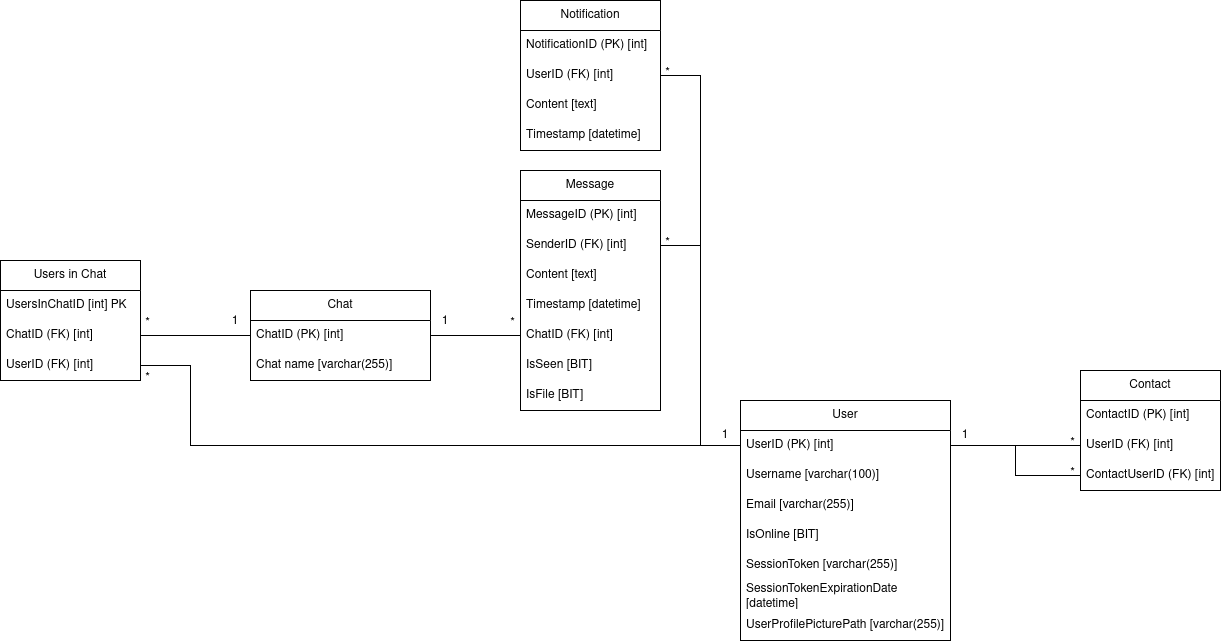
Above: Images/Database_Schema.png in Serbina-Dumitru/TestDatabase (draw.io), before the change. Source tidied: cells renumbered, new cells last; positions are measured from the earlier drawing's top-left corner, leaving out a move shared by most shapes. The source it was exported from:
```xml
<mxGraphModel>
  <root>
    <mxCell id="0" />
    <mxCell id="1" parent="0" />
    <mxCell id="2" value="Message" style="swimlane;fontStyle=0;horizontal=1;startSize=30;whiteSpace=wrap;html=1;fillColor=none;" parent="1" vertex="1">
      <mxGeometry x="520" y="170" width="140" height="240" as="geometry" />
    </mxCell>
    <mxCell id="3" value="MessageID (PK) [int]" style="text;strokeColor=none;fillColor=none;align=left;verticalAlign=middle;spacingLeft=4;spacingRight=4;overflow=hidden;whiteSpace=wrap;html=1;" parent="2" vertex="1">
      <mxGeometry y="30" width="140" height="30" as="geometry" />
    </mxCell>
    <mxCell id="4" value="SenderID (FK) [int]" style="text;strokeColor=none;fillColor=none;align=left;verticalAlign=middle;spacingLeft=4;spacingRight=4;overflow=hidden;points=[[0,0.5],[1,0.5]];portConstraint=eastwest;whiteSpace=wrap;html=1;" parent="2" vertex="1">
      <mxGeometry y="60" width="140" height="30" as="geometry" />
    </mxCell>
    <mxCell id="5" value="Content [text]" style="text;strokeColor=none;fillColor=none;align=left;verticalAlign=middle;spacingLeft=4;spacingRight=4;overflow=hidden;whiteSpace=wrap;html=1;" parent="2" vertex="1">
      <mxGeometry y="90" width="140" height="30" as="geometry" />
    </mxCell>
    <mxCell id="6" value="Timestamp [datetime]" style="text;strokeColor=none;fillColor=none;align=left;verticalAlign=middle;spacingLeft=4;spacingRight=4;overflow=hidden;whiteSpace=wrap;html=1;" parent="2" vertex="1">
      <mxGeometry y="120" width="140" height="30" as="geometry" />
    </mxCell>
    <mxCell id="7" value="&lt;div&gt;ChatID (FK) [int]&lt;/div&gt;" style="text;strokeColor=none;fillColor=none;align=left;verticalAlign=middle;spacingLeft=4;spacingRight=4;overflow=hidden;points=[[0,0.5],[1,0.5]];portConstraint=eastwest;whiteSpace=wrap;html=1;" parent="2" vertex="1">
      <mxGeometry y="150" width="140" height="30" as="geometry" />
    </mxCell>
    <mxCell id="8" value="IsSeen [BIT]" style="text;strokeColor=none;fillColor=none;align=left;verticalAlign=middle;spacingLeft=4;spacingRight=4;overflow=hidden;whiteSpace=wrap;html=1;" parent="2" vertex="1">
      <mxGeometry y="180" width="140" height="30" as="geometry" />
    </mxCell>
    <mxCell id="9" value="IsFile [BIT]" style="text;strokeColor=none;fillColor=none;align=left;verticalAlign=middle;spacingLeft=4;spacingRight=4;overflow=hidden;whiteSpace=wrap;html=1;" parent="2" vertex="1">
      <mxGeometry y="210" width="140" height="30" as="geometry" />
    </mxCell>
    <mxCell id="10" value="User" style="swimlane;fontStyle=0;horizontal=1;startSize=30;whiteSpace=wrap;html=1;fillColor=none;" parent="1" vertex="1">
      <mxGeometry x="740" y="400" width="210" height="240" as="geometry" />
    </mxCell>
    <mxCell id="11" value="UserID (PK) [int]" style="text;strokeColor=none;fillColor=none;align=left;verticalAlign=middle;spacingLeft=4;spacingRight=4;overflow=hidden;points=[[0,0.5],[1,0.5]];portConstraint=eastwest;whiteSpace=wrap;html=1;" parent="10" vertex="1">
      <mxGeometry y="30" width="210" height="30" as="geometry" />
    </mxCell>
    <mxCell id="12" value="Username [varchar(100)]" style="text;strokeColor=none;fillColor=none;align=left;verticalAlign=middle;spacingLeft=4;spacingRight=4;overflow=hidden;whiteSpace=wrap;html=1;" parent="10" vertex="1">
      <mxGeometry y="60" width="210" height="30" as="geometry" />
    </mxCell>
    <mxCell id="13" value="Email [varchar(255)]" style="text;strokeColor=none;fillColor=none;align=left;verticalAlign=middle;spacingLeft=4;spacingRight=4;overflow=hidden;whiteSpace=wrap;html=1;" parent="10" vertex="1">
      <mxGeometry y="90" width="210" height="30" as="geometry" />
    </mxCell>
    <mxCell id="14" value="&lt;div&gt;IsOnline [BIT]&lt;/div&gt;" style="text;strokeColor=none;fillColor=none;align=left;verticalAlign=middle;spacingLeft=4;spacingRight=4;overflow=hidden;whiteSpace=wrap;html=1;" parent="10" vertex="1">
      <mxGeometry y="120" width="210" height="30" as="geometry" />
    </mxCell>
    <mxCell id="15" value="&lt;div&gt;SessionToken [varchar(255)]&lt;/div&gt;" style="text;strokeColor=none;fillColor=none;align=left;verticalAlign=middle;spacingLeft=4;spacingRight=4;overflow=hidden;whiteSpace=wrap;html=1;" parent="10" vertex="1">
      <mxGeometry y="150" width="210" height="30" as="geometry" />
    </mxCell>
    <mxCell id="16" value="&lt;div&gt;SessionTokenExpirationDate [datetime]&lt;/div&gt;" style="text;strokeColor=none;fillColor=none;align=left;verticalAlign=middle;spacingLeft=4;spacingRight=4;overflow=hidden;whiteSpace=wrap;html=1;" parent="10" vertex="1">
      <mxGeometry y="180" width="210" height="30" as="geometry" />
    </mxCell>
    <mxCell id="17" value="UserProfilePicturePath [varchar(255)]" style="text;strokeColor=none;fillColor=none;align=left;verticalAlign=middle;spacingLeft=4;spacingRight=4;overflow=hidden;whiteSpace=wrap;html=1;" parent="10" vertex="1">
      <mxGeometry y="210" width="210" height="30" as="geometry" />
    </mxCell>
    <mxCell id="18" value="Notification" style="swimlane;fontStyle=0;horizontal=1;startSize=30;whiteSpace=wrap;html=1;fillColor=none;" parent="1" vertex="1">
      <mxGeometry x="520" width="140" height="150" as="geometry" />
    </mxCell>
    <mxCell id="19" value="NotificationID (PK) [int]" style="text;strokeColor=none;fillColor=none;align=left;verticalAlign=middle;spacingLeft=4;spacingRight=4;overflow=hidden;whiteSpace=wrap;html=1;" parent="18" vertex="1">
      <mxGeometry y="30" width="140" height="30" as="geometry" />
    </mxCell>
    <mxCell id="20" value="UserID (FK) [int]" style="text;strokeColor=none;fillColor=none;align=left;verticalAlign=middle;spacingLeft=4;spacingRight=4;overflow=hidden;points=[[0,0.5],[1,0.5]];portConstraint=eastwest;whiteSpace=wrap;html=1;" parent="18" vertex="1">
      <mxGeometry y="60" width="140" height="30" as="geometry" />
    </mxCell>
    <mxCell id="21" value="Content [text]" style="text;strokeColor=none;fillColor=none;align=left;verticalAlign=middle;spacingLeft=4;spacingRight=4;overflow=hidden;whiteSpace=wrap;html=1;" parent="18" vertex="1">
      <mxGeometry y="90" width="140" height="30" as="geometry" />
    </mxCell>
    <mxCell id="22" value="Timestamp [datetime]" style="text;strokeColor=none;fillColor=none;align=left;verticalAlign=middle;spacingLeft=4;spacingRight=4;overflow=hidden;whiteSpace=wrap;html=1;" parent="18" vertex="1">
      <mxGeometry y="120" width="140" height="30" as="geometry" />
    </mxCell>
    <mxCell id="23" value="Contact" style="swimlane;fontStyle=0;horizontal=1;startSize=30;whiteSpace=wrap;html=1;fillColor=none;" parent="1" vertex="1">
      <mxGeometry x="1080" y="370" width="140" height="120" as="geometry" />
    </mxCell>
    <mxCell id="24" value="ContactID (PK) [int]" style="text;strokeColor=none;fillColor=none;align=left;verticalAlign=middle;spacingLeft=4;spacingRight=4;overflow=hidden;whiteSpace=wrap;html=1;" parent="23" vertex="1">
      <mxGeometry y="30" width="140" height="30" as="geometry" />
    </mxCell>
    <mxCell id="25" value="UserID (FK) [int]" style="text;strokeColor=none;fillColor=none;align=left;verticalAlign=middle;spacingLeft=4;spacingRight=4;overflow=hidden;points=[[0,0.5],[1,0.5]];portConstraint=eastwest;whiteSpace=wrap;html=1;" parent="23" vertex="1">
      <mxGeometry y="60" width="140" height="30" as="geometry" />
    </mxCell>
    <mxCell id="26" value="ContactUserID (FK) [int]" style="text;strokeColor=none;fillColor=none;align=left;verticalAlign=middle;spacingLeft=4;spacingRight=4;overflow=hidden;points=[[0,0.5],[1,0.5]];portConstraint=eastwest;whiteSpace=wrap;html=1;" parent="23" vertex="1">
      <mxGeometry y="90" width="140" height="30" as="geometry" />
    </mxCell>
    <mxCell id="27" style="edgeStyle=orthogonalEdgeStyle;rounded=0;jettySize=auto;html=1;entryX=0;entryY=0.5;entryDx=0;entryDy=0;endArrow=none;startFill=0;" parent="1" edge="1" source="28" target="7">
      <mxGeometry relative="1" as="geometry" />
    </mxCell>
    <mxCell id="28" value="Chat" style="swimlane;fontStyle=0;horizontal=1;startSize=30;whiteSpace=wrap;html=1;fillColor=none;" parent="1" vertex="1">
      <mxGeometry x="250" y="290" width="180" height="90" as="geometry" />
    </mxCell>
    <mxCell id="29" value="&lt;div&gt;ChatID (PK) [int]&lt;/div&gt;" style="text;strokeColor=none;fillColor=none;align=left;verticalAlign=middle;spacingLeft=4;spacingRight=4;overflow=hidden;points=[[0,0.5],[1,0.5]];portConstraint=eastwest;whiteSpace=wrap;html=1;" parent="28" vertex="1">
      <mxGeometry y="30" width="180" height="30" as="geometry" />
    </mxCell>
    <mxCell id="30" value="Chat name [varchar(255)]" style="text;strokeColor=none;fillColor=none;align=left;verticalAlign=middle;spacingLeft=4;spacingRight=4;overflow=hidden;whiteSpace=wrap;html=1;" parent="28" vertex="1">
      <mxGeometry y="60" width="180" height="30" as="geometry" />
    </mxCell>
    <mxCell id="31" style="edgeStyle=orthogonalEdgeStyle;rounded=0;jettySize=auto;html=1;exitX=1;exitY=0.5;exitDx=0;exitDy=0;entryX=0;entryY=0.5;entryDx=0;entryDy=0;strokeColor=default;endArrow=none;startFill=0;" parent="1" edge="1" source="4" target="11">
      <mxGeometry relative="1" as="geometry" />
    </mxCell>
    <mxCell id="32" value="1" style="text;html=1;align=center;verticalAlign=middle;whiteSpace=wrap;rounded=0;" parent="1" vertex="1">
      <mxGeometry x="720" y="430" width="10" height="10" as="geometry" />
    </mxCell>
    <mxCell id="33" value="*" style="text;html=1;align=center;verticalAlign=middle;whiteSpace=wrap;rounded=0;" parent="1" vertex="1">
      <mxGeometry x="665" y="240" width="5" height="5" as="geometry" />
    </mxCell>
    <mxCell id="34" style="edgeStyle=orthogonalEdgeStyle;rounded=0;jettySize=auto;html=1;entryX=0;entryY=0.5;entryDx=0;entryDy=0;endArrow=none;startFill=0;" parent="1" edge="1" source="20" target="11">
      <mxGeometry relative="1" as="geometry">
        <Array as="points">
          <mxPoint x="700" y="75" />
          <mxPoint x="700" y="445" />
        </Array>
      </mxGeometry>
    </mxCell>
    <mxCell id="35" value="*" style="text;html=1;align=center;verticalAlign=middle;whiteSpace=wrap;rounded=0;" parent="1" vertex="1">
      <mxGeometry x="665" y="70" width="5" height="5" as="geometry" />
    </mxCell>
    <mxCell id="36" style="edgeStyle=orthogonalEdgeStyle;rounded=0;jettySize=auto;html=1;exitX=1;exitY=0.5;exitDx=0;exitDy=0;entryX=0;entryY=0.5;entryDx=0;entryDy=0;endArrow=none;startFill=0;" parent="1" edge="1" source="11" target="25">
      <mxGeometry relative="1" as="geometry" />
    </mxCell>
    <mxCell id="37" style="edgeStyle=orthogonalEdgeStyle;rounded=0;jettySize=auto;html=1;exitX=0;exitY=0.5;exitDx=0;exitDy=0;entryX=1;entryY=0.5;entryDx=0;entryDy=0;endArrow=none;startFill=0;" parent="1" edge="1" source="26" target="11">
      <mxGeometry relative="1" as="geometry" />
    </mxCell>
    <mxCell id="38" value="1" style="text;html=1;align=center;verticalAlign=middle;whiteSpace=wrap;rounded=0;" parent="1" vertex="1">
      <mxGeometry x="960" y="430" width="10" height="10" as="geometry" />
    </mxCell>
    <mxCell id="39" value="*" style="text;html=1;align=center;verticalAlign=middle;whiteSpace=wrap;rounded=0;" parent="1" vertex="1">
      <mxGeometry x="1070" y="470" width="5" height="5" as="geometry" />
    </mxCell>
    <mxCell id="40" value="*" style="text;html=1;align=center;verticalAlign=middle;whiteSpace=wrap;rounded=0;" parent="1" vertex="1">
      <mxGeometry x="1070" y="440" width="5" height="5" as="geometry" />
    </mxCell>
    <mxCell id="41" value="Users in Chat" style="swimlane;fontStyle=0;horizontal=1;startSize=30;whiteSpace=wrap;html=1;fillColor=none;" parent="1" vertex="1">
      <mxGeometry y="260" width="140" height="120" as="geometry" />
    </mxCell>
    <mxCell id="42" value="UsersInChatID [int] PK" style="text;strokeColor=none;fillColor=none;align=left;verticalAlign=middle;spacingLeft=4;spacingRight=4;overflow=hidden;whiteSpace=wrap;html=1;" parent="41" vertex="1">
      <mxGeometry y="30" width="140" height="30" as="geometry" />
    </mxCell>
    <mxCell id="43" value="&lt;span style=&quot;text-align: center;&quot;&gt;Chat&lt;/span&gt;ID (FK) [int]" style="text;strokeColor=none;fillColor=none;align=left;verticalAlign=middle;spacingLeft=4;spacingRight=4;overflow=hidden;points=[[0,0.5],[1,0.5]];portConstraint=eastwest;whiteSpace=wrap;html=1;" parent="41" vertex="1">
      <mxGeometry y="60" width="140" height="30" as="geometry" />
    </mxCell>
    <mxCell id="44" value="UserID (FK) [int]" style="text;strokeColor=none;fillColor=none;align=left;verticalAlign=middle;spacingLeft=4;spacingRight=4;overflow=hidden;points=[[0,0.5],[1,0.5]];portConstraint=eastwest;whiteSpace=wrap;html=1;" parent="41" vertex="1">
      <mxGeometry y="90" width="140" height="30" as="geometry" />
    </mxCell>
    <mxCell id="45" style="edgeStyle=orthogonalEdgeStyle;rounded=0;jettySize=auto;html=1;endArrow=none;startFill=0;" parent="1" edge="1" source="43" target="29">
      <mxGeometry relative="1" as="geometry" />
    </mxCell>
    <mxCell id="46" style="edgeStyle=orthogonalEdgeStyle;rounded=0;jettySize=auto;html=1;entryX=0;entryY=0.5;entryDx=0;entryDy=0;endArrow=none;startFill=0;" parent="1" edge="1" source="44" target="11">
      <mxGeometry relative="1" as="geometry">
        <Array as="points">
          <mxPoint x="190" y="365" />
          <mxPoint x="190" y="445" />
        </Array>
      </mxGeometry>
    </mxCell>
    <mxCell id="47" value="*" style="text;html=1;align=center;verticalAlign=middle;whiteSpace=wrap;rounded=0;" parent="1" vertex="1">
      <mxGeometry x="145" y="375" width="5" height="5" as="geometry" />
    </mxCell>
    <mxCell id="48" value="*" style="text;html=1;align=center;verticalAlign=middle;whiteSpace=wrap;rounded=0;" parent="1" vertex="1">
      <mxGeometry x="145" y="320" width="5" height="5" as="geometry" />
    </mxCell>
    <mxCell id="49" value="1" style="text;html=1;align=center;verticalAlign=middle;whiteSpace=wrap;rounded=0;" parent="1" vertex="1">
      <mxGeometry x="230" y="313" width="10" height="15" as="geometry" />
    </mxCell>
    <mxCell id="50" value="1" style="text;html=1;align=center;verticalAlign=middle;whiteSpace=wrap;rounded=0;" parent="1" vertex="1">
      <mxGeometry x="440" y="313" width="10" height="15" as="geometry" />
    </mxCell>
    <mxCell id="51" value="*" style="text;html=1;align=center;verticalAlign=middle;whiteSpace=wrap;rounded=0;" parent="1" vertex="1">
      <mxGeometry x="510" y="320" width="5" height="5" as="geometry" />
    </mxCell>
  </root>
</mxGraphModel>
```
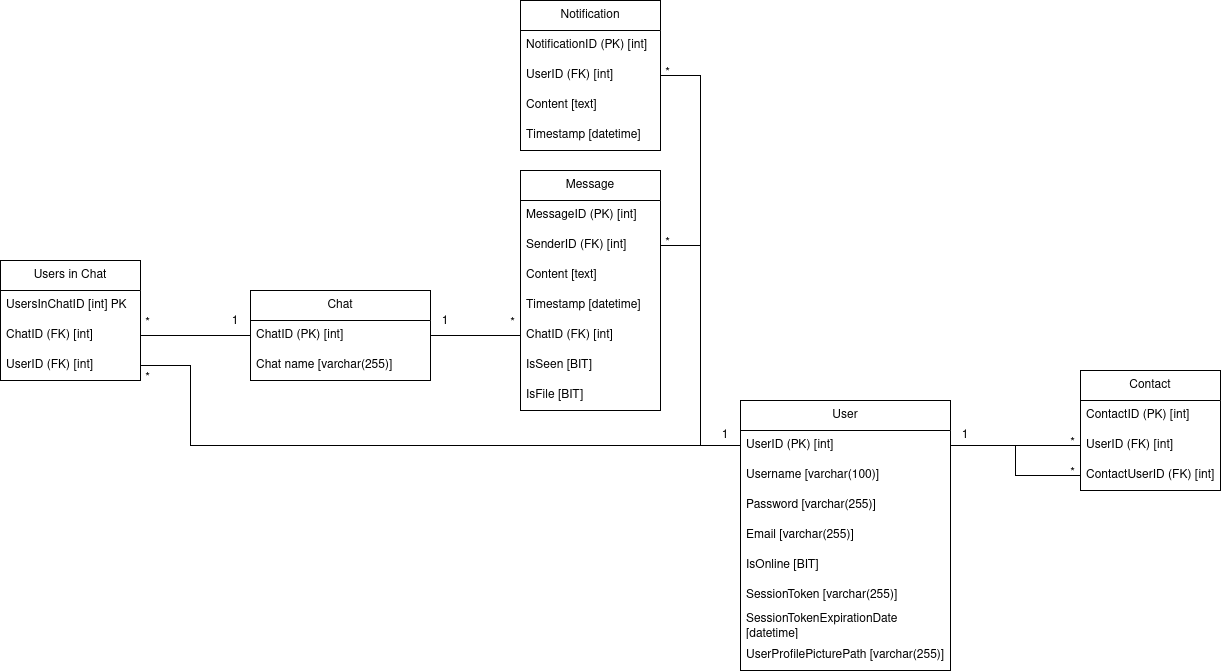
The same diagram one commit later.

Commit message:
Changed the image becouse the schema got updated

What changed in the source:
```diff
@@ -27,7 +27,7 @@
       <mxGeometry y="210" width="140" height="30" as="geometry" />
     </mxCell>
     <mxCell id="10" value="User" style="swimlane;fontStyle=0;horizontal=1;startSize=30;whiteSpace=wrap;html=1;fillColor=none;" parent="1" vertex="1">
-      <mxGeometry x="740" y="400" width="210" height="240" as="geometry" />
+      <mxGeometry x="740" y="400" width="210" height="270" as="geometry" />
     </mxCell>
     <mxCell id="11" value="UserID (PK) [int]" style="text;strokeColor=none;fillColor=none;align=left;verticalAlign=middle;spacingLeft=4;spacingRight=4;overflow=hidden;points=[[0,0.5],[1,0.5]];portConstraint=eastwest;whiteSpace=wrap;html=1;" parent="10" vertex="1">
       <mxGeometry y="30" width="210" height="30" as="geometry" />
@@ -35,20 +35,23 @@
     <mxCell id="12" value="Username [varchar(100)]" style="text;strokeColor=none;fillColor=none;align=left;verticalAlign=middle;spacingLeft=4;spacingRight=4;overflow=hidden;whiteSpace=wrap;html=1;" parent="10" vertex="1">
       <mxGeometry y="60" width="210" height="30" as="geometry" />
     </mxCell>
+    <mxCell id="52" value="&lt;div&gt;Password [varchar(255)]&lt;/div&gt;" style="text;strokeColor=none;fillColor=none;align=left;verticalAlign=middle;spacingLeft=4;spacingRight=4;overflow=hidden;whiteSpace=wrap;html=1;" parent="10" vertex="1">
+      <mxGeometry y="90" width="210" height="30" as="geometry" />
+    </mxCell>
     <mxCell id="13" value="Email [varchar(255)]" style="text;strokeColor=none;fillColor=none;align=left;verticalAlign=middle;spacingLeft=4;spacingRight=4;overflow=hidden;whiteSpace=wrap;html=1;" parent="10" vertex="1">
-      <mxGeometry y="90" width="210" height="30" as="geometry" />
+      <mxGeometry y="120" width="210" height="30" as="geometry" />
     </mxCell>
     <mxCell id="14" value="&lt;div&gt;IsOnline [BIT]&lt;/div&gt;" style="text;strokeColor=none;fillColor=none;align=left;verticalAlign=middle;spacingLeft=4;spacingRight=4;overflow=hidden;whiteSpace=wrap;html=1;" parent="10" vertex="1">
-      <mxGeometry y="120" width="210" height="30" as="geometry" />
+      <mxGeometry y="150" width="210" height="30" as="geometry" />
     </mxCell>
     <mxCell id="15" value="&lt;div&gt;SessionToken [varchar(255)]&lt;/div&gt;" style="text;strokeColor=none;fillColor=none;align=left;verticalAlign=middle;spacingLeft=4;spacingRight=4;overflow=hidden;whiteSpace=wrap;html=1;" parent="10" vertex="1">
-      <mxGeometry y="150" width="210" height="30" as="geometry" />
+      <mxGeometry y="180" width="210" height="30" as="geometry" />
     </mxCell>
     <mxCell id="16" value="&lt;div&gt;SessionTokenExpirationDate [datetime]&lt;/div&gt;" style="text;strokeColor=none;fillColor=none;align=left;verticalAlign=middle;spacingLeft=4;spacingRight=4;overflow=hidden;whiteSpace=wrap;html=1;" parent="10" vertex="1">
-      <mxGeometry y="180" width="210" height="30" as="geometry" />
+      <mxGeometry y="210" width="210" height="30" as="geometry" />
     </mxCell>
     <mxCell id="17" value="UserProfilePicturePath [varchar(255)]" style="text;strokeColor=none;fillColor=none;align=left;verticalAlign=middle;spacingLeft=4;spacingRight=4;overflow=hidden;whiteSpace=wrap;html=1;" parent="10" vertex="1">
-      <mxGeometry y="210" width="210" height="30" as="geometry" />
+      <mxGeometry y="240" width="210" height="30" as="geometry" />
     </mxCell>
     <mxCell id="18" value="Notification" style="swimlane;fontStyle=0;horizontal=1;startSize=30;whiteSpace=wrap;html=1;fillColor=none;" parent="1" vertex="1">
       <mxGeometry x="520" width="140" height="150" as="geometry" />
```
